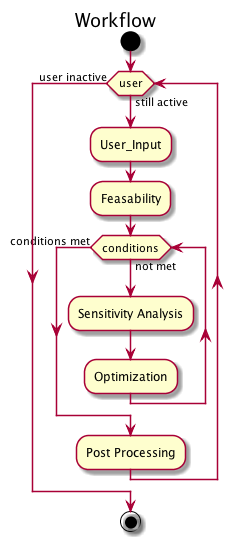
The PlantUML diagram Outline/IMSM_Workflow.png in timothodge/IMSM_Sandia_2015, before a commit.
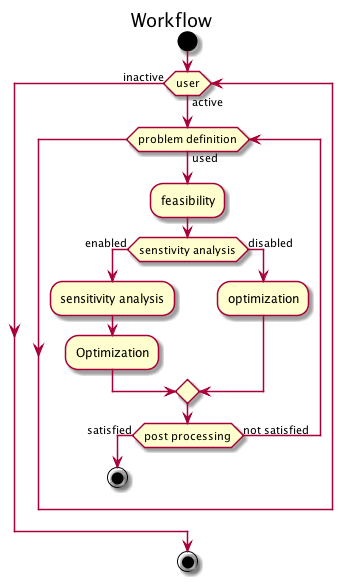
Above is the later version.

What changed in the source:
```diff
@@ -2,32 +2,30 @@
 title Workflow
 
 start
-while (user) is (still active)
-:User_Input;
-:Feasability;
-while (conditions) is (not met)
-:Sensitivity Analysis;
 
-:Optimization;
-endwhile (conditions met)
-:Post Processing;
+while (user) is (active)
 
-endwhile(user inactive)
+	while (problem definition) is (used)
+		:feasibility;
+		if (senstivity analysis) then (enabled)
+			:sensitivity analysis;
+			:Optimization;
+		else (disabled)
+			:optimization;
+		endif
 
+		if(post processing) then (satisfied)
+			stop
+		else (not satisfied)
 
+		endif
 
+	endwhile
 
-
-
-
+endwhile (inactive)
 
 
 stop
 
 
-
-
-
-
-
 @enduml
```
